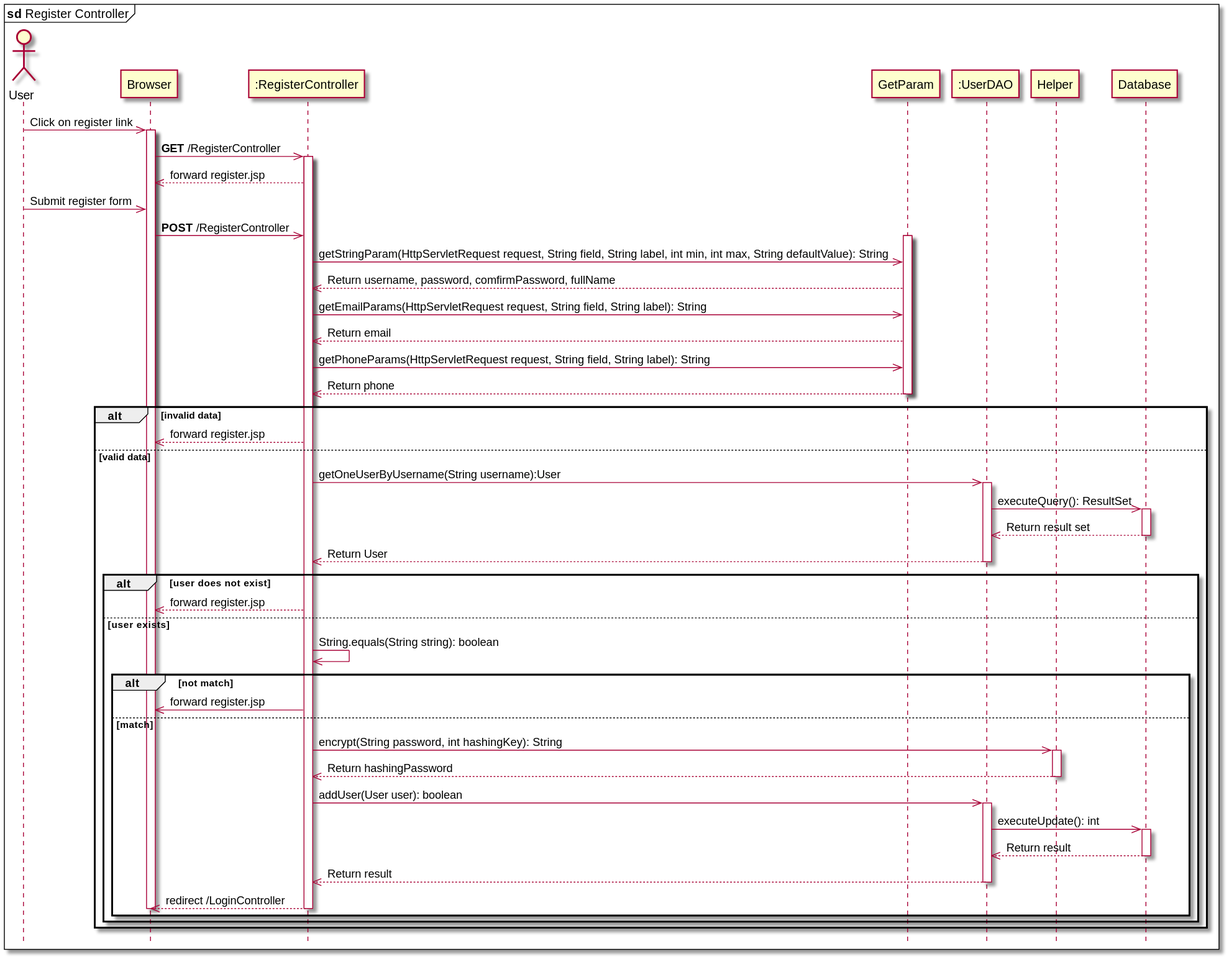
Before: data/sequence/registerController.svg, a diagram exported from PlantUML (tantruong2303/booking-hotel).
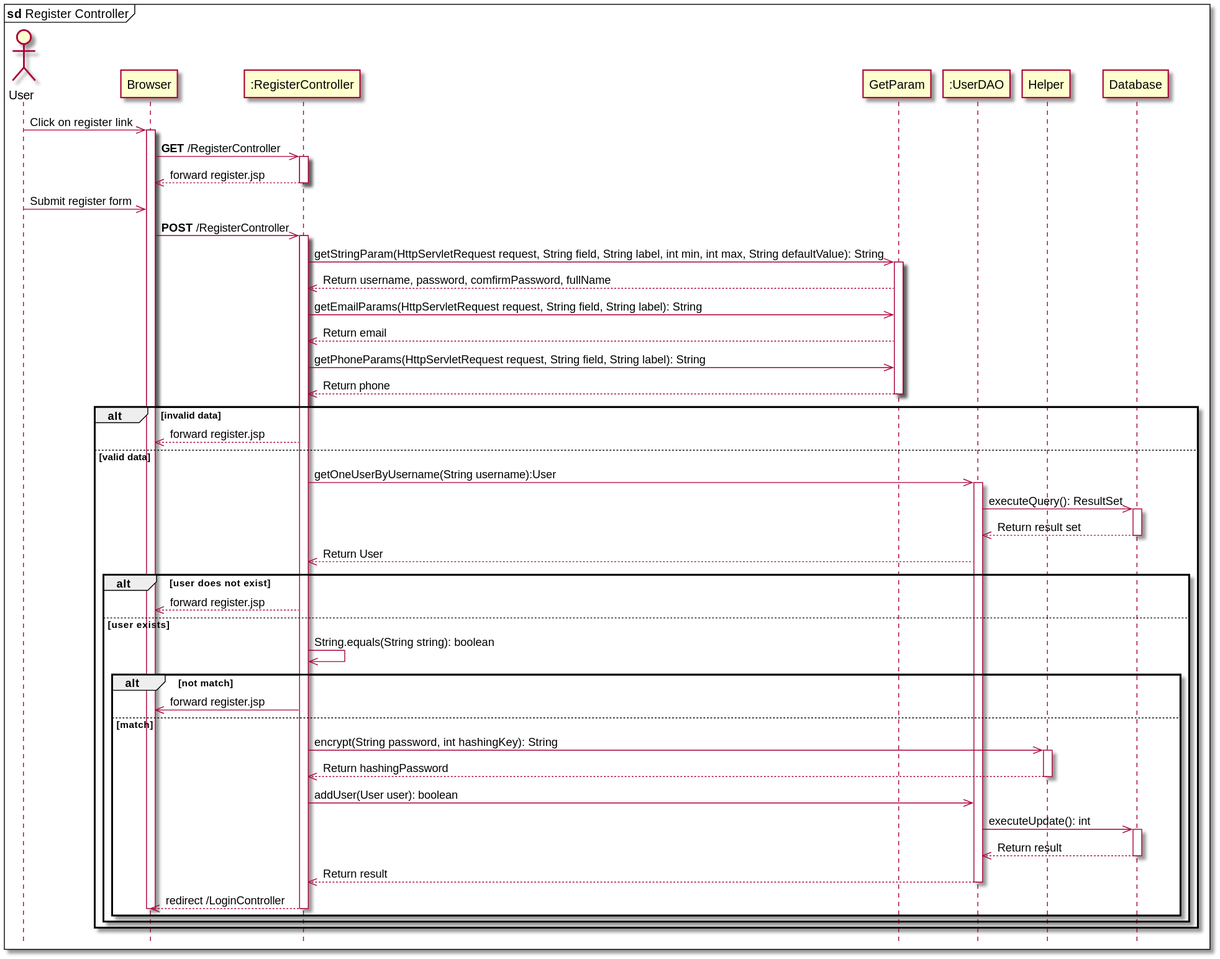
The same diagram one commit later.

Diff of the diagram source:
```diff
@@ -14,13 +14,15 @@
 Browser ->> RegisterController: **GET** /RegisterController
 activate RegisterController
 RegisterController -->> Browser: forward register.jsp
+deactivate RegisterController
 
 
 
 User ->> Browser: Submit register form
 Browser ->> RegisterController: **POST** /RegisterController
+activate RegisterController
+RegisterController ->> GetParam: getStringParam(HttpServletRequest request, String field, String label, int min, int max, String defaultValue): String
 activate GetParam
-RegisterController ->> GetParam: getStringParam(HttpServletRequest request, String field, String label, int min, int max, String defaultValue): String
 GetParam -->> RegisterController: Return username, password, comfirmPassword, fullName
 RegisterController ->> GetParam: getEmailParams(HttpServletRequest request, String field, String label): String
 GetParam -->> RegisterController: Return email
@@ -38,7 +40,6 @@
     Database -->> UserDAO: Return result set
     deactivate Database
     UserDAO -->> RegisterController: Return User
-    deactivate UserDAO
 
     alt user does not exist
         RegisterController -->> Browser: forward register.jsp
@@ -55,7 +56,6 @@
             Helper -->> RegisterController: Return hashingPassword
             deactivate Helper
             RegisterController ->> UserDAO: addUser(User user): boolean
-            activate UserDAO
             UserDAO ->> Database: executeUpdate(): int
             activate Database
             Database -->> UserDAO: Return result
```
